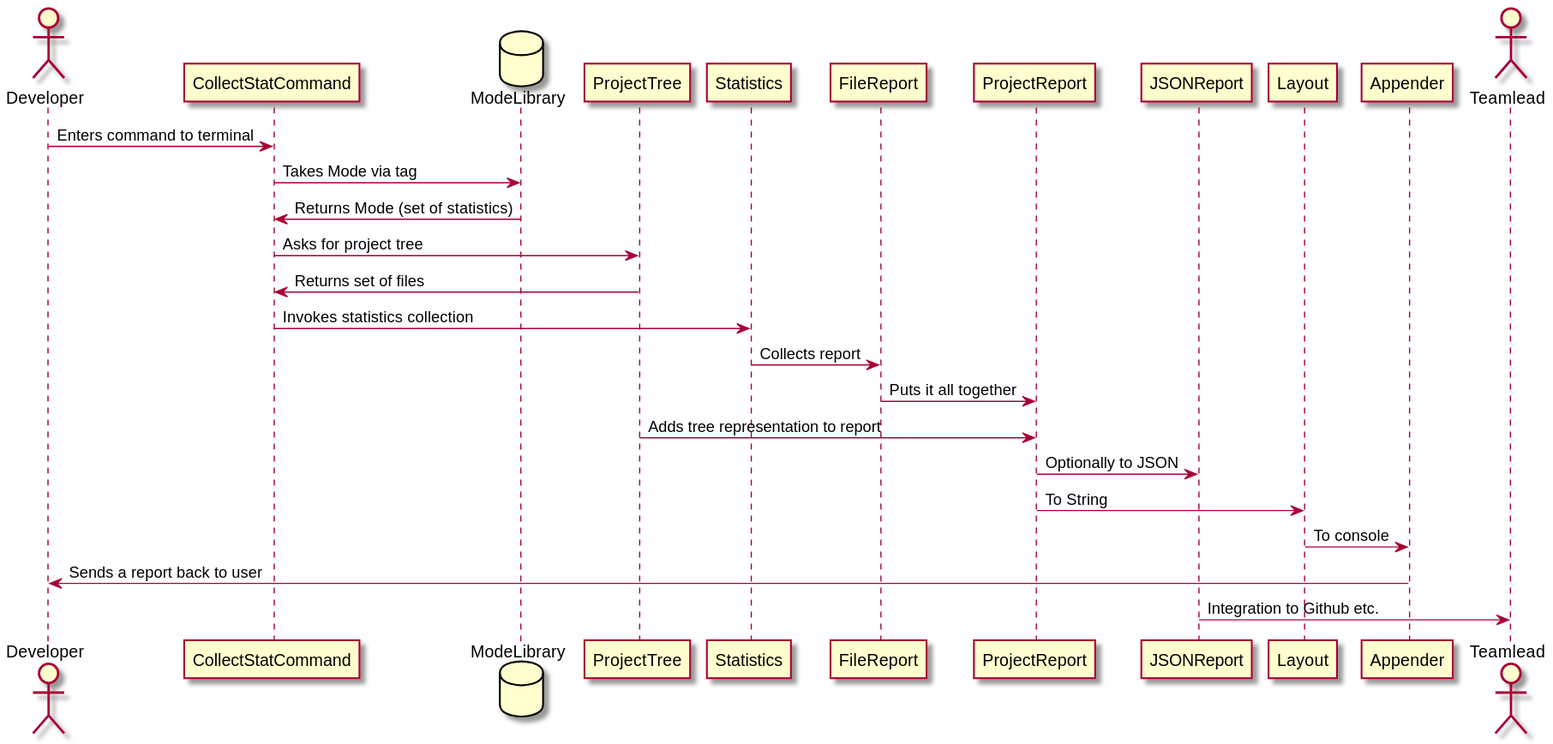
Above: dynamicUML.svg in vetand/code-statistics (PlantUML), before the change.
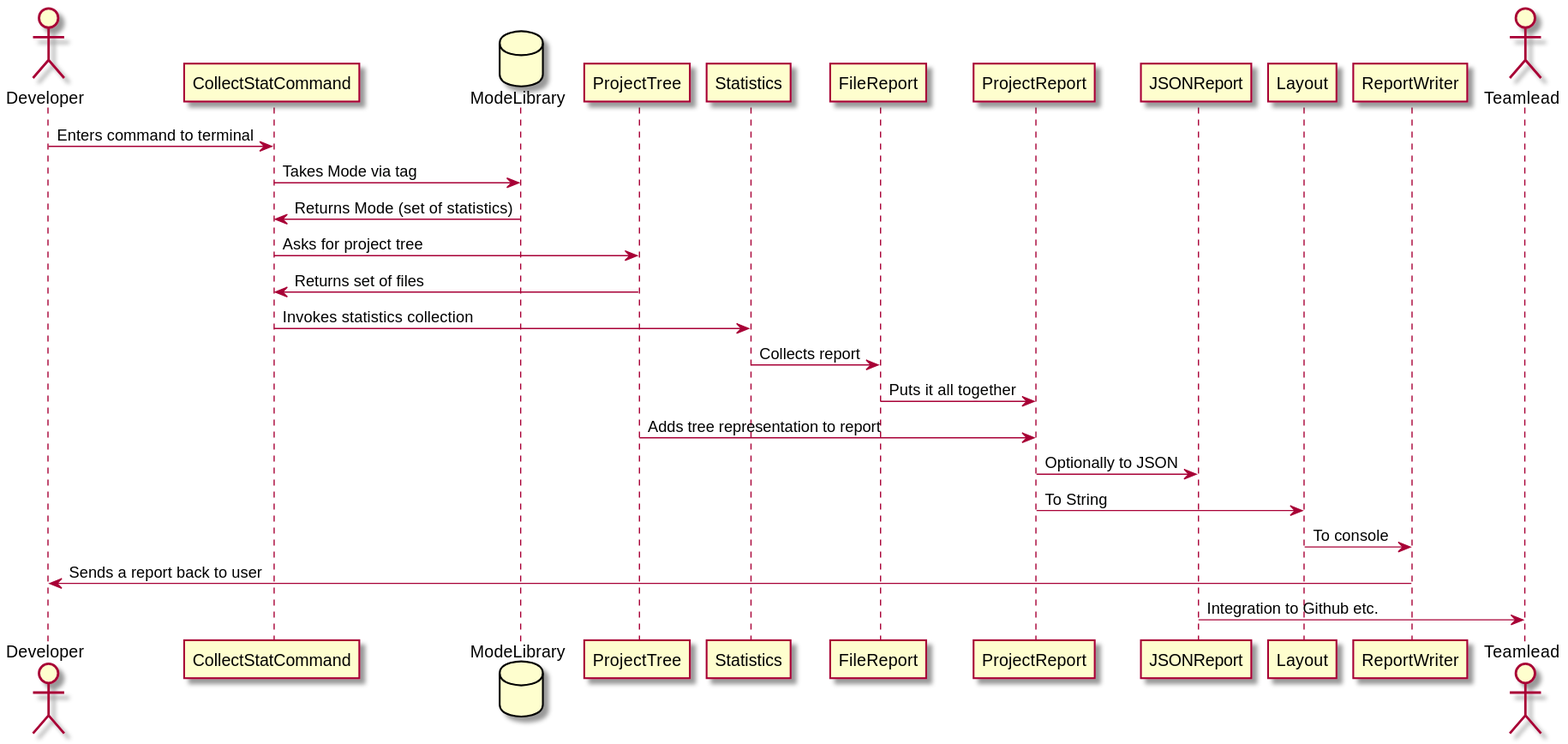
The same file after the commit.

The edit, as a diff of the source:
```diff
@@ -21,9 +21,9 @@
 
 ProjectReport -> Layout : To String
 
-Layout -> Appender : To console
+Layout -> ReportWriter : To console
 
-Developer <- Appender : Sends a report back to user
+Developer <- ReportWriter : Sends a report back to user
 
 actor Teamlead
 
```
